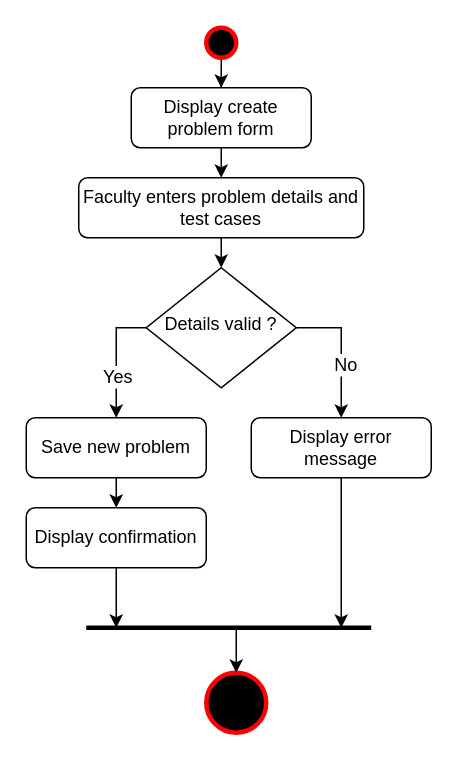
Above: page "Create Problem Statement" (12 of 15) of Activity Diagram.drawio in shamim36/Final-Defence-Diagram (draw.io), before the change. Source tidied: cells renumbered, new cells numbered last; positions are measured from the earlier drawing's top-left corner, leaving out a move shared by most shapes. Both pictures are drawn from the tidied source at 150%, with x=0, y=0 at pixel (26, 27).
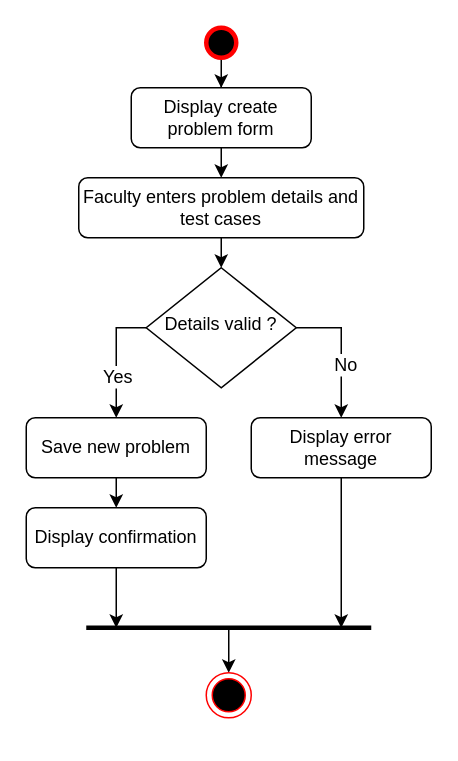
The same diagram, later.

Change to the diagram source:
```diff
@@
-    <mxCell id="14" style="strokeWidth=3;html=1;shape=mxgraph.flowchart.start_2;whiteSpace=wrap;sketch=0;fillStyle=solid;strokeColor=light-dark(#FF0000,#EDEDED);align=center;verticalAlign=middle;fontFamily=Helvetica;fontSize=12;fontColor=default;fillColor=#000000;" parent="1" vertex="1">
-      <mxGeometry x="120" y="430" width="40" height="40" as="geometry" />
-    </mxCell>
@@
-    <mxCell id="21" style="endArrow=classic;html=1;rounded=0;fontFamily=Helvetica;fontSize=12;fontColor=default;entryX=0.5;entryY=0;entryDx=0;entryDy=0;entryPerimeter=0;" parent="1" edge="1" target="14">
+    <mxCell id="21" style="endArrow=classic;html=1;rounded=0;fontFamily=Helvetica;fontSize=12;fontColor=default;entryX=0.5;entryY=0;entryDx=0;entryDy=0;" parent="1" edge="1" target="22">
       <mxGeometry relative="1" as="geometry">
-        <mxPoint x="140" y="400" as="sourcePoint" />
+        <mxPoint x="135" y="400" as="sourcePoint" />
       </mxGeometry>
     </mxCell>
+    <mxCell id="22" style="ellipse;html=1;shape=endState;fillColor=#000000;strokeColor=#ff0000;" parent="1" vertex="1">
+      <mxGeometry x="120" y="430" width="30" height="30" as="geometry" />
+    </mxCell>
```
